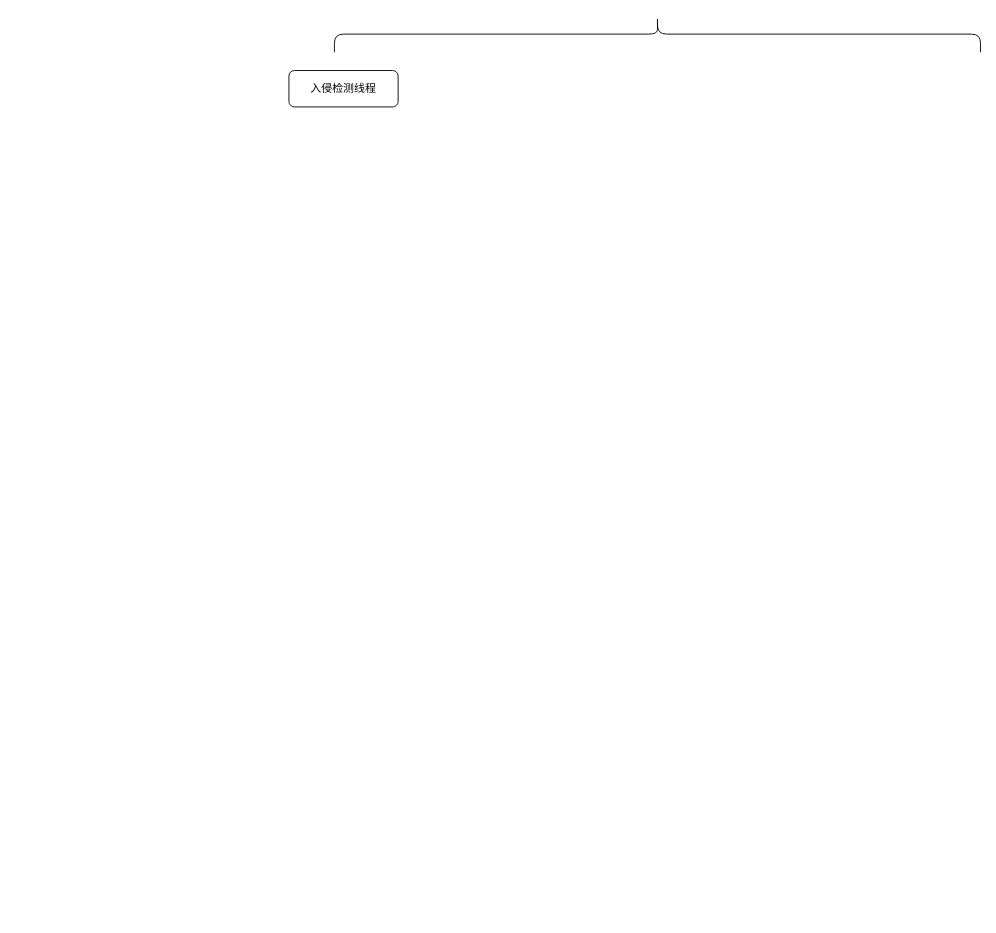
The draw.io diagram 未命名绘图.drawio in yuxin-xiong/GitLearn, before the edit. Source tidied: cells renumbered, new cells numbered last; positions are measured from the earlier drawing's top-left corner, leaving out a move shared by most shapes. Both pictures are drawn from the tidied source at 91%, with x=0, y=0 at pixel (288, -289).
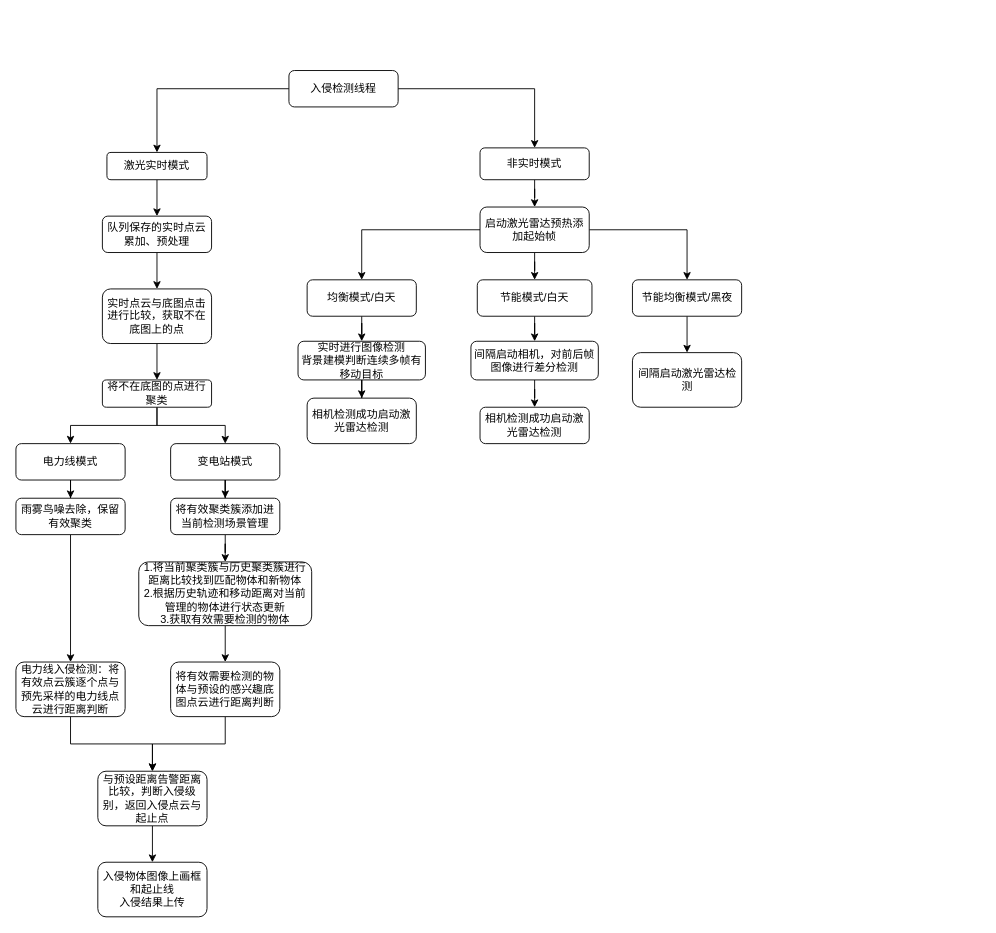
The same diagram, later.

Commit message (it also covers changes not shown here):
更新未命名绘图.drawio

The change refers to these unchanged cells:
```xml
<mxCell id="2" value="入侵检测线程" style="rounded=1;whiteSpace=wrap;html=1;" parent="1" vertex="1">
  <mxGeometry y="395" width="120" height="40" as="geometry" />
</mxCell>
```

Change to the diagram source:
```diff
@@
+    <mxCell id="4" style="edgeStyle=orthogonalEdgeStyle;rounded=0;jettySize=auto;html=1;" parent="1" edge="1" source="2" target="7">
+      <mxGeometry relative="1" as="geometry" />
+    </mxCell>
+    <mxCell id="5" style="edgeStyle=orthogonalEdgeStyle;rounded=0;jettySize=auto;html=1;" parent="1" edge="1" source="2" target="34">
+      <mxGeometry relative="1" as="geometry" />
+    </mxCell>
@@
-    <mxCell id="3" style="shape=curlyBracket;whiteSpace=wrap;html=1;rounded=1;labelPosition=left;verticalLabelPosition=middle;align=right;verticalAlign=middle;rotation=90;" parent="1" vertex="1">
-      <mxGeometry x="385" width="40" height="710" as="geometry" />
-    </mxCell>
+    <mxCell id="6" style="edgeStyle=orthogonalEdgeStyle;rounded=0;jettySize=auto;html=1;" parent="1" edge="1" source="7" target="9">
+      <mxGeometry relative="1" as="geometry" />
+    </mxCell>
+    <mxCell id="7" value="激光实时模式" style="whiteSpace=wrap;html=1;rounded=1;" parent="1" vertex="1">
+      <mxGeometry x="-200" y="485" width="110" height="30" as="geometry" />
+    </mxCell>
+    <mxCell id="8" style="edgeStyle=orthogonalEdgeStyle;rounded=0;jettySize=auto;html=1;" parent="1" edge="1" source="9" target="11">
+      <mxGeometry relative="1" as="geometry" />
+    </mxCell>
+    <mxCell id="9" value="队列保存的实时点云累加、预处理" style="whiteSpace=wrap;html=1;rounded=1;" parent="1" vertex="1">
+      <mxGeometry x="-205" y="555" width="120" height="40" as="geometry" />
+    </mxCell>
+    <mxCell id="10" style="edgeStyle=orthogonalEdgeStyle;rounded=0;jettySize=auto;html=1;" parent="1" edge="1" source="11" target="14">
+      <mxGeometry relative="1" as="geometry" />
+    </mxCell>
+    <mxCell id="11" value="实时点云与底图点击进行比较，获取不在底图上的点" style="whiteSpace=wrap;html=1;rounded=1;" parent="1" vertex="1">
+      <mxGeometry x="-205" y="635" width="120" height="60" as="geometry" />
+    </mxCell>
+    <mxCell id="12" style="edgeStyle=orthogonalEdgeStyle;rounded=0;jettySize=auto;html=1;" parent="1" edge="1" source="14" target="17">
+      <mxGeometry relative="1" as="geometry" />
+    </mxCell>
+    <mxCell id="13" style="edgeStyle=orthogonalEdgeStyle;rounded=0;jettySize=auto;html=1;" parent="1" edge="1" source="14" target="25">
+      <mxGeometry relative="1" as="geometry" />
+    </mxCell>
+    <mxCell id="14" value="将不在底图的点进行聚类" style="whiteSpace=wrap;html=1;rounded=1;" parent="1" vertex="1">
+      <mxGeometry x="-205" y="735" width="120" height="30" as="geometry" />
+    </mxCell>
+    <mxCell id="15" style="edgeStyle=orthogonalEdgeStyle;rounded=0;orthogonalLoop=1;jettySize=auto;html=1;exitX=0.5;exitY=1;exitDx=0;exitDy=0;" parent="1" edge="1" source="14" target="14">
+      <mxGeometry relative="1" as="geometry" />
+    </mxCell>
+    <mxCell id="16" style="edgeStyle=orthogonalEdgeStyle;rounded=0;jettySize=auto;html=1;" parent="1" edge="1" source="17" target="19">
+      <mxGeometry relative="1" as="geometry" />
+    </mxCell>
+    <mxCell id="17" value="电力线模式" style="whiteSpace=wrap;html=1;rounded=1;" parent="1" vertex="1">
+      <mxGeometry x="-300" y="805" width="120" height="40" as="geometry" />
+    </mxCell>
+    <mxCell id="18" style="edgeStyle=orthogonalEdgeStyle;rounded=0;jettySize=auto;html=1;" parent="1" edge="1" source="19" target="21">
+      <mxGeometry relative="1" as="geometry" />
+    </mxCell>
+    <mxCell id="19" value="雨雾鸟噪去除，保留有效聚类" style="whiteSpace=wrap;html=1;rounded=1;" parent="1" vertex="1">
+      <mxGeometry x="-300" y="865" width="120" height="40" as="geometry" />
+    </mxCell>
+    <mxCell id="20" style="edgeStyle=orthogonalEdgeStyle;rounded=0;jettySize=auto;html=1;" parent="1" edge="1" source="21" target="23">
+      <mxGeometry relative="1" as="geometry" />
+    </mxCell>
+    <mxCell id="21" value="电力线入侵检测：将有效点云簇逐个点与预先采样的电力线点云进行距离判断" style="whiteSpace=wrap;html=1;rounded=1;" parent="1" vertex="1">
+      <mxGeometry x="-300" y="1045" width="120" height="60" as="geometry" />
+    </mxCell>
+    <mxCell id="22" style="edgeStyle=orthogonalEdgeStyle;rounded=0;jettySize=auto;html=1;" parent="1" edge="1" source="23" target="32">
+      <mxGeometry relative="1" as="geometry" />
+    </mxCell>
+    <mxCell id="23" value="与预设距离告警距离比较，判断入侵级别，返回入侵点云与起止点" style="whiteSpace=wrap;html=1;rounded=1;" parent="1" vertex="1">
+      <mxGeometry x="-210" y="1165" width="120" height="60" as="geometry" />
+    </mxCell>
+    <mxCell id="24" style="edgeStyle=orthogonalEdgeStyle;rounded=0;jettySize=auto;html=1;" parent="1" edge="1" source="25" target="27">
+      <mxGeometry relative="1" as="geometry" />
+    </mxCell>
+    <mxCell id="25" value="变电站模式" style="whiteSpace=wrap;html=1;rounded=1;" parent="1" vertex="1">
+      <mxGeometry x="-130" y="805" width="120" height="40" as="geometry" />
+    </mxCell>
+    <mxCell id="26" style="edgeStyle=orthogonalEdgeStyle;rounded=0;jettySize=auto;html=1;" parent="1" edge="1" source="27" target="29">
+      <mxGeometry relative="1" as="geometry" />
+    </mxCell>
+    <mxCell id="27" value="将有效聚类簇添加进当前检测场景管理" style="whiteSpace=wrap;html=1;rounded=1;" parent="1" vertex="1">
+      <mxGeometry x="-130" y="865" width="120" height="40" as="geometry" />
+    </mxCell>
+    <mxCell id="28" style="edgeStyle=orthogonalEdgeStyle;rounded=0;jettySize=auto;html=1;" parent="1" edge="1" source="29" target="31">
+      <mxGeometry relative="1" as="geometry" />
+    </mxCell>
+    <mxCell id="29" value="1.将当前聚类簇与历史聚类簇进行距离比较找到匹配物体和新物体&lt;br&gt;2.根据历史轨迹和移动距离对当前管理的物体进行状态更新&lt;br style=&quot;border-color: var(--border-color);&quot;&gt;3.获取有效需要检测的物体" style="whiteSpace=wrap;html=1;rounded=1;" parent="1" vertex="1">
+      <mxGeometry x="-165" y="935" width="190" height="70" as="geometry" />
+    </mxCell>
+    <mxCell id="30" style="edgeStyle=orthogonalEdgeStyle;rounded=0;jettySize=auto;html=1;entryX=0.5;entryY=0;entryDx=0;entryDy=0;" parent="1" edge="1" source="31" target="23">
+      <mxGeometry relative="1" as="geometry" />
+    </mxCell>
+    <mxCell id="31" value="将有效需要检测的物体与预设的感兴趣底图点云进行距离判断" style="whiteSpace=wrap;html=1;rounded=1;" parent="1" vertex="1">
+      <mxGeometry x="-130" y="1045" width="120" height="60" as="geometry" />
+    </mxCell>
+    <mxCell id="32" value="入侵物体图像上画框和起止线&lt;br&gt;入侵结果上传" style="whiteSpace=wrap;html=1;rounded=1;" parent="1" vertex="1">
+      <mxGeometry x="-210" y="1265" width="120" height="60" as="geometry" />
+    </mxCell>
+    <mxCell id="33" style="edgeStyle=orthogonalEdgeStyle;rounded=0;jettySize=auto;html=1;" parent="1" edge="1" source="34" target="38">
+      <mxGeometry relative="1" as="geometry" />
+    </mxCell>
+    <mxCell id="34" value="非实时模式" style="whiteSpace=wrap;html=1;rounded=1;" parent="1" vertex="1">
+      <mxGeometry x="210" y="480" width="120" height="35" as="geometry" />
+    </mxCell>
+    <mxCell id="35" style="edgeStyle=orthogonalEdgeStyle;rounded=0;jettySize=auto;html=1;" parent="1" edge="1" source="38" target="40">
+      <mxGeometry relative="1" as="geometry" />
+    </mxCell>
+    <mxCell id="36" style="edgeStyle=orthogonalEdgeStyle;rounded=0;jettySize=auto;html=1;" parent="1" edge="1" source="38" target="45">
+      <mxGeometry relative="1" as="geometry" />
+    </mxCell>
+    <mxCell id="37" style="edgeStyle=orthogonalEdgeStyle;rounded=0;jettySize=auto;html=1;" parent="1" edge="1" source="38" target="50">
+      <mxGeometry relative="1" as="geometry" />
+    </mxCell>
+    <mxCell id="38" value="启动激光雷达预热添加起始帧" style="whiteSpace=wrap;html=1;rounded=1;" parent="1" vertex="1">
+      <mxGeometry x="210" y="545" width="120" height="50" as="geometry" />
+    </mxCell>
+    <mxCell id="39" style="edgeStyle=orthogonalEdgeStyle;rounded=0;jettySize=auto;html=1;" parent="1" edge="1" source="40" target="42">
+      <mxGeometry relative="1" as="geometry" />
+    </mxCell>
+    <mxCell id="40" value="均衡模式/白天" style="whiteSpace=wrap;html=1;rounded=1;" parent="1" vertex="1">
+      <mxGeometry x="20" y="625" width="120" height="40" as="geometry" />
+    </mxCell>
+    <mxCell id="41" style="edgeStyle=orthogonalEdgeStyle;rounded=0;jettySize=auto;html=1;" parent="1" edge="1" source="42" target="43">
+      <mxGeometry relative="1" as="geometry" />
+    </mxCell>
+    <mxCell id="42" value="实时进行图像检测&lt;br&gt;背景建模判断连续多帧有移动目标" style="whiteSpace=wrap;html=1;rounded=1;" parent="1" vertex="1">
+      <mxGeometry x="10" y="692.5" width="140" height="42.5" as="geometry" />
+    </mxCell>
+    <mxCell id="43" value="相机检测成功启动激光雷达检测" style="whiteSpace=wrap;html=1;rounded=1;" parent="1" vertex="1">
+      <mxGeometry x="20" y="755" width="120" height="50" as="geometry" />
+    </mxCell>
+    <mxCell id="44" style="edgeStyle=orthogonalEdgeStyle;rounded=0;jettySize=auto;html=1;exitX=0.5;exitY=1;exitDx=0;exitDy=0;" parent="1" edge="1" source="45" target="47">
+      <mxGeometry relative="1" as="geometry" />
+    </mxCell>
+    <mxCell id="45" value="节能模式/白天" style="whiteSpace=wrap;html=1;rounded=1;" parent="1" vertex="1">
+      <mxGeometry x="207" y="625" width="126" height="40" as="geometry" />
+    </mxCell>
+    <mxCell id="46" style="edgeStyle=orthogonalEdgeStyle;rounded=0;jettySize=auto;html=1;" parent="1" edge="1" source="47" target="48">
+      <mxGeometry relative="1" as="geometry" />
+    </mxCell>
+    <mxCell id="47" value="间隔启动相机，对前后帧图像进行差分检测" style="whiteSpace=wrap;html=1;rounded=1;" parent="1" vertex="1">
+      <mxGeometry x="200" y="692.5" width="140" height="42.5" as="geometry" />
+    </mxCell>
+    <mxCell id="48" value="相机检测成功启动激光雷达检测" style="whiteSpace=wrap;html=1;rounded=1;" parent="1" vertex="1">
+      <mxGeometry x="210" y="765" width="120" height="40" as="geometry" />
+    </mxCell>
+    <mxCell id="49" style="edgeStyle=orthogonalEdgeStyle;rounded=0;jettySize=auto;html=1;" parent="1" edge="1" source="50" target="51">
+      <mxGeometry relative="1" as="geometry" />
+    </mxCell>
+    <mxCell id="50" value="节能均衡模式/黑夜" style="whiteSpace=wrap;html=1;rounded=1;" parent="1" vertex="1">
+      <mxGeometry x="377.5" y="625" width="120" height="40" as="geometry" />
+    </mxCell>
+    <mxCell id="51" value="间隔启动激光雷达检测" style="whiteSpace=wrap;html=1;rounded=1;" parent="1" vertex="1">
+      <mxGeometry x="377.5" y="705" width="120" height="60" as="geometry" />
+    </mxCell>
```
